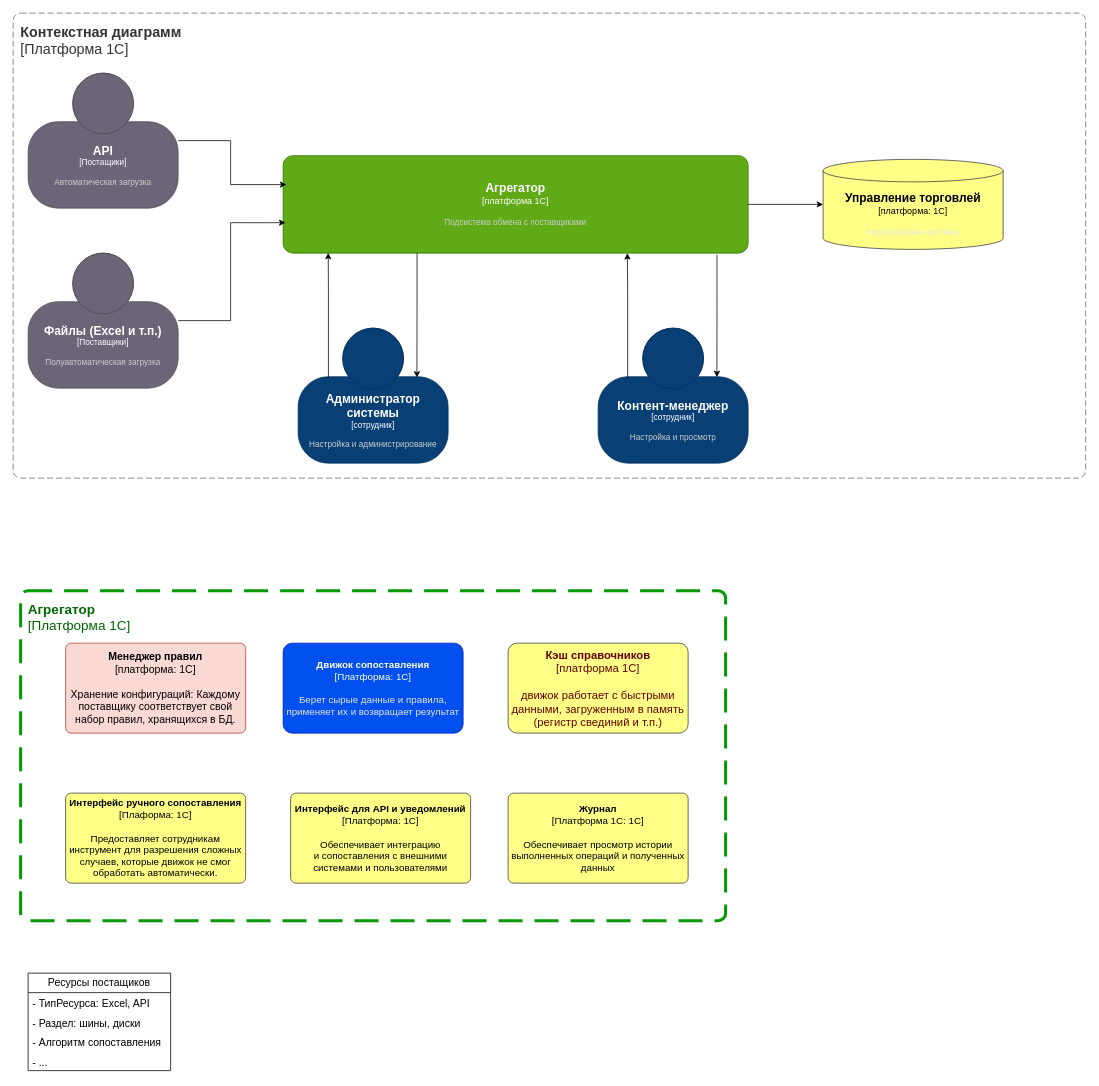
The draw.io diagram ОбменПоставщики.drawio in OlegM161/dakar, before the edit. Source tidied: cells renumbered, new cells numbered last; positions are measured from the earlier drawing's top-left corner, leaving out a move shared by most shapes. Both pictures are drawn from the tidied source at 75%, with x=0, y=0 at pixel (13, 13).
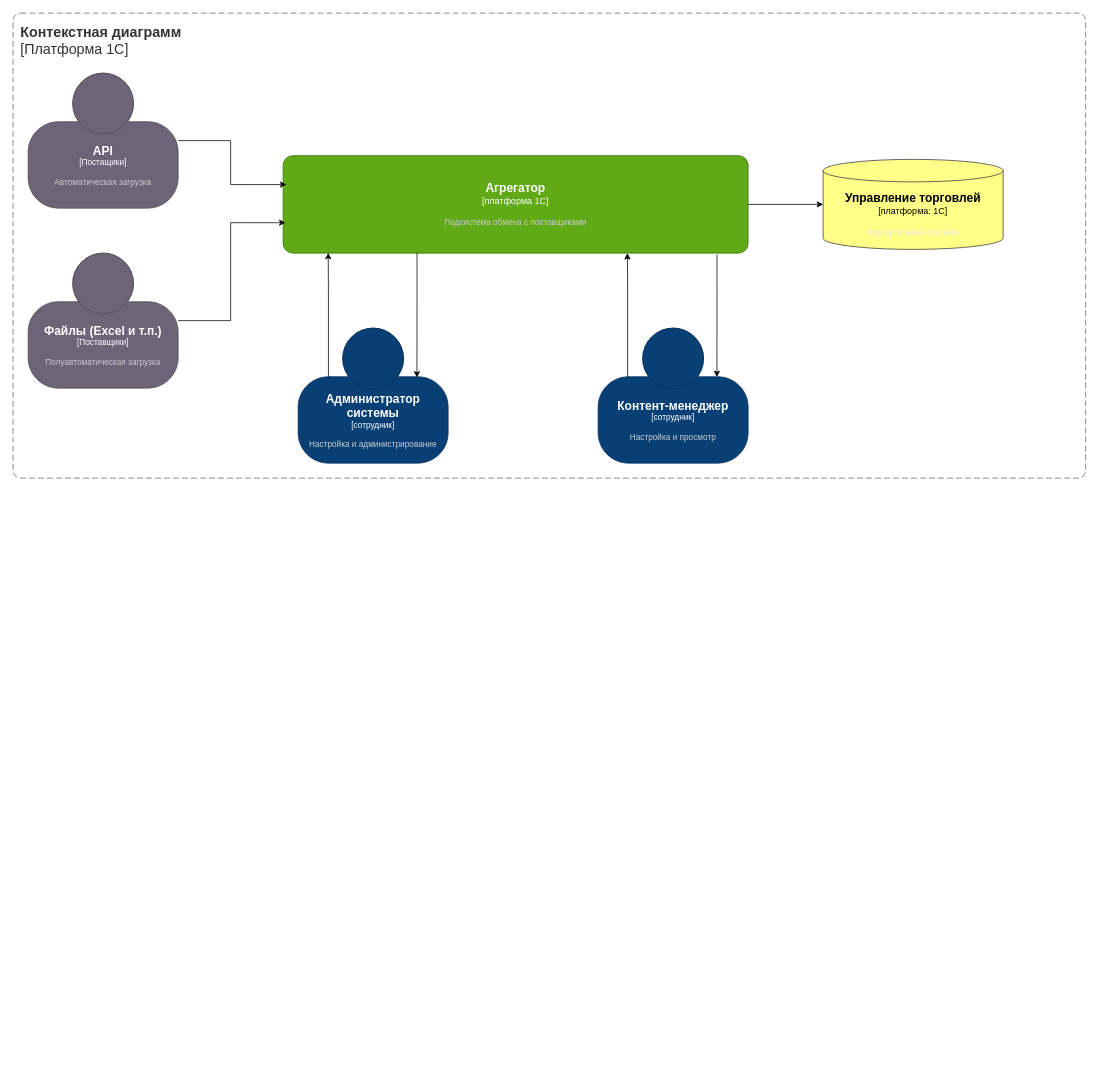
The same diagram, later.

What changed in the source:
```diff
@@
-    <object id="15" label="&lt;font&gt;&lt;b&gt;%c4Name%&lt;/b&gt;&lt;/font&gt;&lt;div&gt;[%c4Type%: %c4Technology%]&lt;/div&gt;&lt;br&gt;&lt;div&gt;&lt;font&gt;%c4Description%&lt;/font&gt;&lt;/div&gt;" c4Description="Хранение конфигураций: Каждому поставщику соответствует свой набор правил, хранящихся в БД." c4Name="Менеджер правил" c4Technology="1С" c4Type="платформа" placeholders="1">
-      <mxCell style="rounded=1;whiteSpace=wrap;html=1;labelBackgroundColor=none;fillColor=#fad9d5;align=center;arcSize=6;strokeColor=#ae4132;fontSize=14;" parent="1" vertex="1">
-        <mxGeometry x="70" y="840" width="240" height="120" as="geometry" />
-      </mxCell>
-    </object>
-    <object id="16" label="&lt;font&gt;&lt;b&gt;%c4Name%&lt;/b&gt;&lt;/font&gt;&lt;div&gt;[%c4Type%: %c4Technology%]&lt;/div&gt;&lt;br&gt;&lt;div&gt;&lt;font&gt;&lt;font color=&quot;#E6E6E6&quot;&gt;%c4Description%&lt;/font&gt;&lt;/font&gt;&lt;/div&gt;" c4Description="Берет сырые данные и правила, применяет их и возвращает результат" c4Name="Движок сопоставления" c4Technology="1С" c4Type="Платформа" placeholders="1">
-      <mxCell style="rounded=1;whiteSpace=wrap;html=1;fontSize=13;labelBackgroundColor=none;fillColor=#0050ef;align=center;arcSize=10;strokeColor=#001DBC;fontColor=#ffffff;" parent="1" vertex="1">
-        <mxGeometry x="360" y="840" width="240" height="120" as="geometry" />
-      </mxCell>
-    </object>
-    <object id="17" label="&lt;font&gt;&lt;b&gt;%c4Name%&lt;/b&gt;&lt;/font&gt;&lt;div&gt;[%c4Type%]&lt;/div&gt;&lt;br&gt;&lt;div&gt;&lt;font&gt;&lt;font&gt;%c4Description%&lt;/font&gt;&lt;/font&gt;&lt;/div&gt;" c4Description=" движок работает с быстрыми данными, загруженным в память (регистр свединий и т.п.)" c4Name="Кэш справочников" c4Type="платформа 1С" placeholders="1">
-      <mxCell style="rounded=1;whiteSpace=wrap;html=1;labelBackgroundColor=none;fillColor=#ffff88;align=center;arcSize=10;strokeColor=#36393d;fontSize=15;fontColor=#660000;" parent="1" vertex="1">
-        <mxGeometry x="660" y="840" width="240" height="120" as="geometry" />
-      </mxCell>
-    </object>
-    <object id="18" label="&lt;font&gt;&lt;b&gt;%c4Name%&lt;/b&gt;&lt;/font&gt;&lt;div&gt;[%c4Type%: %c4Technology%]&lt;/div&gt;&lt;br&gt;&lt;div&gt;&lt;font&gt;%c4Description%&lt;/font&gt;&lt;/div&gt;" c4Description="Предоставляет сотрудникам инструмент для разрешения сложных случаев, которые движок не смог обработать автоматически." c4Name="Интерфейс ручного сопоставления" c4Technology="1С" c4Type="Плаформа" placeholders="1">
-      <mxCell style="rounded=1;whiteSpace=wrap;html=1;labelBackgroundColor=none;fillColor=#ffff88;align=center;arcSize=6;strokeColor=#36393d;fontSize=13;" parent="1" vertex="1">
-        <mxGeometry x="70" y="1040" width="240" height="120" as="geometry" />
-      </mxCell>
-    </object>
-    <object id="19" label="&lt;font&gt;&lt;b&gt;%c4Name%&lt;/b&gt;&lt;/font&gt;&lt;div&gt;[%c4Type%: %c4Technology%]&lt;/div&gt;&lt;br&gt;&lt;div&gt;&lt;font&gt;%c4Description%&lt;/font&gt;&lt;/div&gt;" c4Description="Обеспечивает интеграцию &#10; и сопоставления с внешними системами и пользователями" c4Name="Интерфейс для API и уведомлений" c4Technology="1С" c4Type="Платформа" placeholders="1">
-      <mxCell style="rounded=1;whiteSpace=wrap;html=1;labelBackgroundColor=none;fillColor=#ffff88;align=center;arcSize=6;strokeColor=#36393d;fontSize=13;" parent="1" vertex="1">
-        <mxGeometry x="370" y="1040" width="240" height="120" as="geometry" />
-      </mxCell>
-    </object>
-    <object id="20" label="&lt;font&gt;&lt;b&gt;%c4Name%&lt;/b&gt;&lt;/font&gt;&lt;div&gt;[%c4Type%: %c4Technology%]&lt;/div&gt;&lt;br&gt;&lt;div&gt;&lt;font&gt;%c4Description%&lt;/font&gt;&lt;/div&gt;" c4Description="Обеспечивает просмотр истории выполненных операций и полученных данных" c4Name="Журнал" c4Technology="1С" c4Type="Платформа 1С" placeholders="1">
-      <mxCell style="rounded=1;whiteSpace=wrap;html=1;labelBackgroundColor=none;fillColor=#ffff88;align=center;arcSize=6;strokeColor=#36393d;fontSize=13;" parent="1" vertex="1">
-        <mxGeometry x="660" y="1040" width="240" height="120" as="geometry" />
-      </mxCell>
-    </object>
-    <object id="21" label="&lt;font&gt;&lt;b&gt;&lt;div style=&quot;text-align: left&quot;&gt;%c4Name%&lt;/div&gt;&lt;/b&gt;&lt;/font&gt;&lt;div style=&quot;text-align: left&quot;&gt;[%c4Application%]&lt;/div&gt;" c4Application="Платформа 1С" c4Name="Агрегатор" placeholders="1">
-      <mxCell style="rounded=1;fontSize=18;whiteSpace=wrap;html=1;dashed=1;arcSize=20;labelBackgroundColor=none;align=left;verticalAlign=top;labelBorderColor=none;spacingTop=0;spacing=10;dashPattern=8 4;perimeter=rectanglePerimeter;labelPadding=0;absoluteArcSize=1;strokeWidth=4;fillColor=none;strokeColor=#009900;fontColor=#006600;" parent="1" vertex="1">
-        <mxGeometry x="10" y="770" width="940" height="440" as="geometry" />
-      </mxCell>
-    </object>
@@
-    <mxCell id="23" value="Ресурсы постащиков" style="swimlane;fontStyle=0;horizontal=1;startSize=26;fillColor=none;whiteSpace=wrap;html=1;fontSize=14;" parent="1" vertex="1">
-      <mxGeometry x="20" y="1280" width="190" height="130" as="geometry" />
-    </mxCell>
-    <mxCell id="24" value="- ТипРесурса: Excel, API" style="text;strokeColor=none;fillColor=none;align=left;verticalAlign=top;spacingLeft=4;spacingRight=4;overflow=hidden;whiteSpace=wrap;html=1;fontSize=14;" parent="23" vertex="1">
-      <mxGeometry y="26" width="190" height="26" as="geometry" />
-    </mxCell>
-    <mxCell id="25" value="- Раздел: шины, диски" style="text;strokeColor=none;fillColor=none;align=left;verticalAlign=top;spacingLeft=4;spacingRight=4;overflow=hidden;whiteSpace=wrap;html=1;fontSize=14;" parent="23" vertex="1">
-      <mxGeometry y="52" width="190" height="26" as="geometry" />
-    </mxCell>
-    <mxCell id="26" value="- Алгоритм сопоставления" style="text;strokeColor=none;fillColor=none;align=left;verticalAlign=top;spacingLeft=4;spacingRight=4;overflow=hidden;whiteSpace=wrap;html=1;fontSize=14;" parent="23" vertex="1">
-      <mxGeometry y="78" width="190" height="26" as="geometry" />
-    </mxCell>
-    <mxCell id="27" value="- ..." style="text;strokeColor=none;fillColor=none;align=left;verticalAlign=top;spacingLeft=4;spacingRight=4;overflow=hidden;whiteSpace=wrap;html=1;fontSize=14;" parent="23" vertex="1">
-      <mxGeometry y="104" width="190" height="26" as="geometry" />
-    </mxCell>
```
